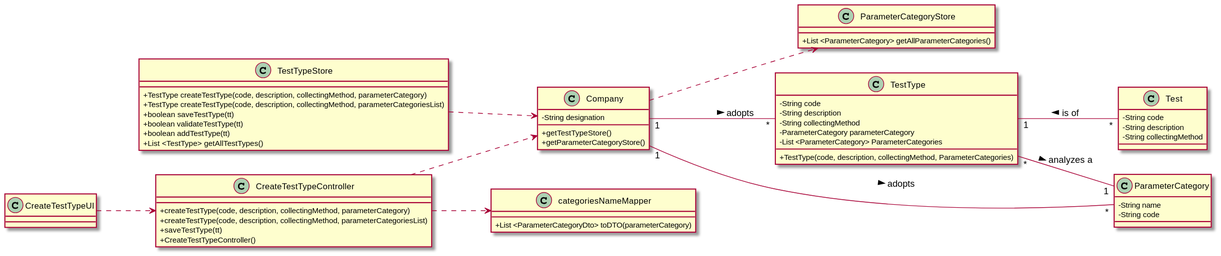
Before: docs/SprintB/US09/US09-CD.svg, a diagram exported from PlantUML (0franciscor/lei-21-s2-1de-g19).
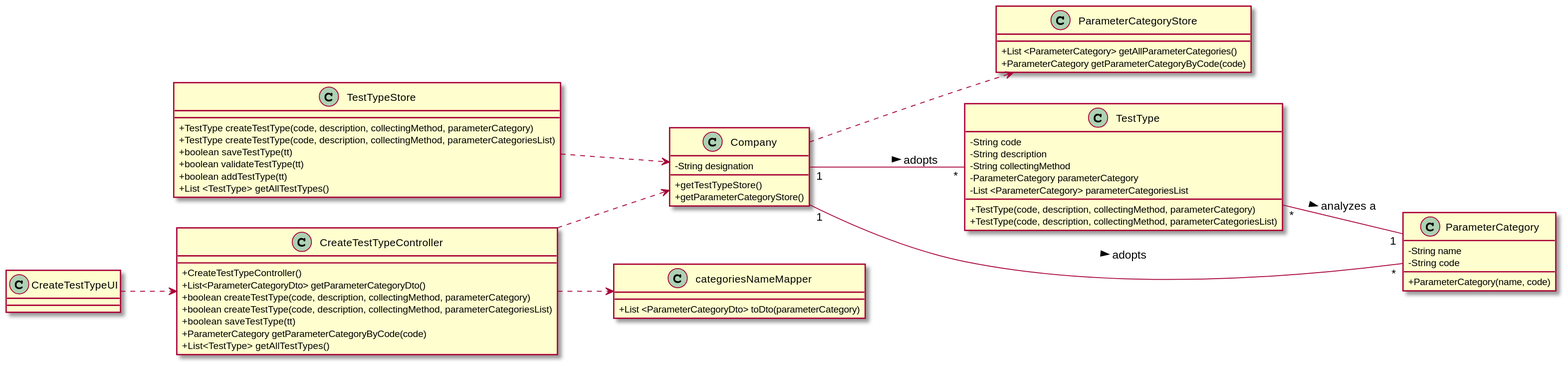
Above is the later version.

Change to the diagram source:
```diff
@@ -9,7 +9,7 @@
 }
 
 class "categoriesNameMapper" as cNM {
-+List <ParameterCategoryDto> toDTO(parameterCategory)
++List <ParameterCategoryDto> toDto(parameterCategory)
 }
 
 class "TestTypeStore" as TTS{
@@ -23,6 +23,7 @@
 
 class "ParameterCategoryStore" as PCS{
 +List <ParameterCategory> getAllParameterCategories()
++ParameterCategory getParameterCategoryByCode(code)
 }
 
 class "TestType" as TT {
@@ -30,26 +31,25 @@
 -String description
 -String collectingMethod
 -ParameterCategory parameterCategory
--List <ParameterCategory> ParameterCategories
-+TestType(code, description, collectingMethod, ParameterCategories)
+-List <ParameterCategory> parameterCategoriesList
++TestType(code, description, collectingMethod, parameterCategory)
++TestType(code, description, collectingMethod, parameterCategoriesList)
 }
 
 class "CreateTestTypeController" as CTTC {
-+createTestType(code, description, collectingMethod, parameterCategory)
-+createTestType(code, description, collectingMethod, parameterCategoriesList)
-+saveTestType(tt)
 +CreateTestTypeController()
-}
-
-class "Test" as T{
--String code
--String description
--String collectingMethod
++List<ParameterCategoryDto> getParameterCategoryDto()
++boolean createTestType(code, description, collectingMethod, parameterCategory)
++boolean createTestType(code, description, collectingMethod, parameterCategoriesList)
++boolean saveTestType(tt)
++ParameterCategory getParameterCategoryByCode(code)
++List<TestType> getAllTestTypes()
 }
 
 class "ParameterCategory" as PC{
 -String name
 -String code
++ParameterCategory(name, code)
 }
 
 class "CreateTestTypeUI" as CTTUI
@@ -66,8 +66,6 @@
 CTTC ..> C
 CTTC ..> cNM
 
-
-TT "1" -- "*" T: < is of
 TT "*" -- "1" PC : > analyzes a
 
 C "1" -- "*" TT : > adopts
```
